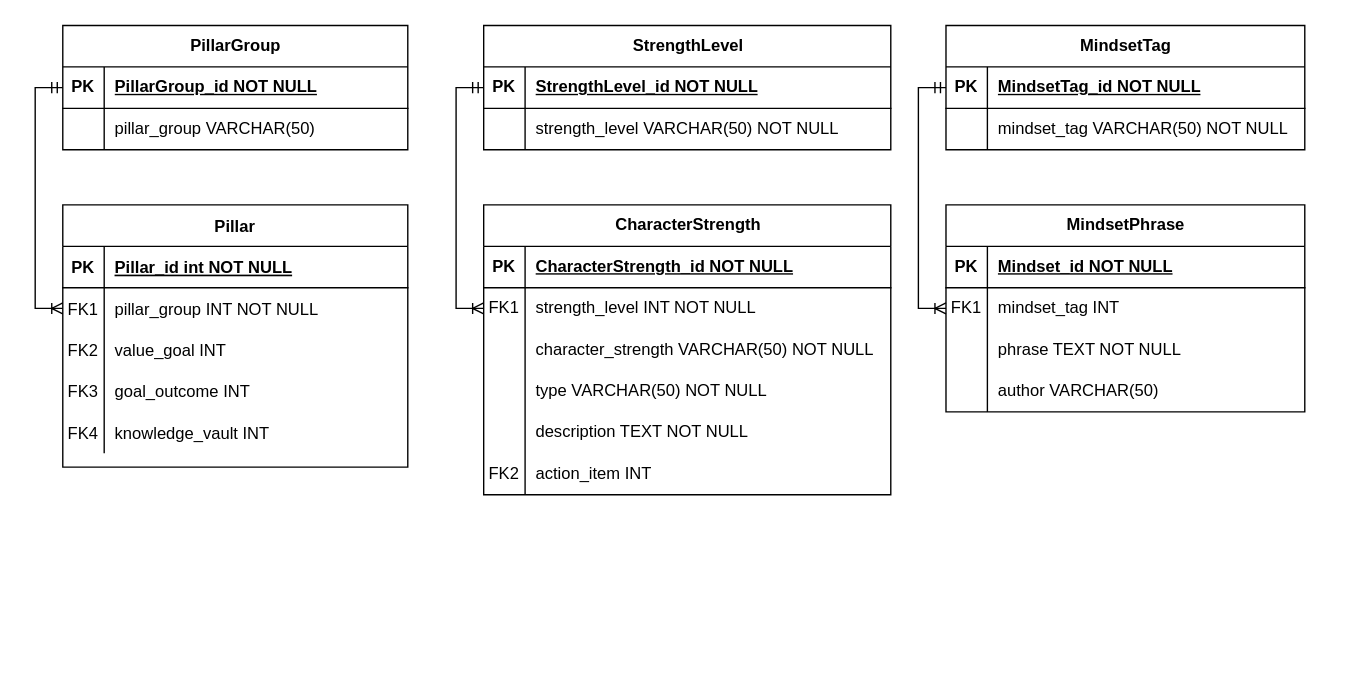
Before: Diagrama_ER.drawio in Jpneira2000/life_os, a draw.io diagram. Source tidied: cells renumbered, new cells numbered last; positions are measured from the earlier drawing's top-left corner, leaving out a move shared by most shapes. Both pictures are drawn from the tidied source at 138%, with x=0, y=0 at pixel (62, 25).
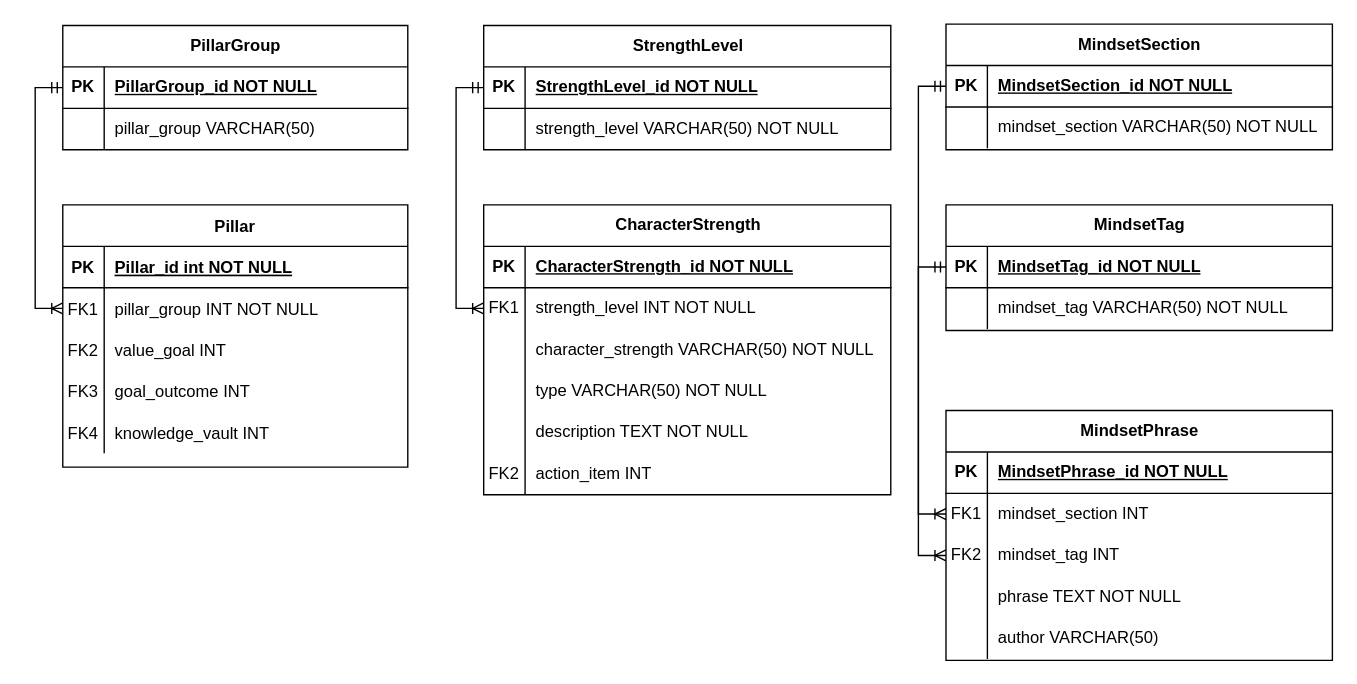
The same diagram, later.

Commit message:
Actualizando mindset en diagrama

What changed in the source:
```diff
@@
     <mxCell id="53" value="MindsetPhrase" style="shape=table;startSize=30;childLayout=tableLayout;rowLines=0;fontStyle=1;align=center;html=1;" parent="1" vertex="1">
-      <mxGeometry x="640" y="130" width="260" height="150" as="geometry" />
+      <mxGeometry x="640" y="279" width="280" height="181" as="geometry" />
     </mxCell>
     <mxCell id="54" style="shape=tableRow;horizontal=0;startSize=0;swimlaneHead=0;swimlaneBody=0;fillColor=none;top=0;left=0;right=0;bottom=1;" parent="53" vertex="1">
-      <mxGeometry y="30" width="260" height="30" as="geometry" />
+      <mxGeometry y="30" width="280" height="30" as="geometry" />
     </mxCell>
@@
-    <mxCell id="56" value="Mindset_id NOT NULL" style="shape=partialRectangle;fillColor=none;top=0;left=0;bottom=0;right=0;align=left;spacingLeft=6;fontStyle=5;overflow=hidden;whiteSpace=wrap;html=1;" parent="54" vertex="1">
-      <mxGeometry x="30" width="230" height="30" as="geometry" />
+    <mxCell id="56" value="MindsetPhrase_id NOT NULL" style="shape=partialRectangle;fillColor=none;top=0;left=0;bottom=0;right=0;align=left;spacingLeft=6;fontStyle=5;overflow=hidden;whiteSpace=wrap;html=1;" parent="54" vertex="1">
+      <mxGeometry x="30" width="250" height="30" as="geometry" />
     </mxCell>
+    <mxCell id="74" style="shape=tableRow;horizontal=0;startSize=0;swimlaneHead=0;swimlaneBody=0;fillColor=none;points=[[0,0.5],[1,0.5]];portConstraint=eastwest;top=0;left=0;right=0;bottom=0;" parent="53" vertex="1">
+      <mxGeometry y="60" width="280" height="30" as="geometry" />
+    </mxCell>
+    <mxCell id="75" value="FK1" style="shape=partialRectangle;fillColor=none;top=0;left=0;bottom=0;right=0;overflow=hidden;whiteSpace=wrap;html=1;" parent="74" vertex="1">
+      <mxGeometry width="30" height="30" as="geometry" />
+    </mxCell>
+    <mxCell id="76" value="mindset_section INT" style="shape=partialRectangle;fillColor=none;top=0;left=0;bottom=0;right=0;align=left;spacingLeft=6;overflow=hidden;whiteSpace=wrap;html=1;" parent="74" vertex="1">
+      <mxGeometry x="30" width="250" height="30" as="geometry" />
+    </mxCell>
     <mxCell id="57" style="shape=tableRow;horizontal=0;startSize=0;swimlaneHead=0;swimlaneBody=0;fillColor=none;points=[[0,0.5],[1,0.5]];portConstraint=eastwest;top=0;left=0;right=0;bottom=0;" parent="53" vertex="1">
-      <mxGeometry y="60" width="260" height="30" as="geometry" />
+      <mxGeometry y="90" width="280" height="30" as="geometry" />
     </mxCell>
-    <mxCell id="58" value="FK1" style="shape=partialRectangle;fillColor=none;top=0;left=0;bottom=0;right=0;overflow=hidden;whiteSpace=wrap;html=1;" parent="57" vertex="1">
+    <mxCell id="58" value="FK2" style="shape=partialRectangle;fillColor=none;top=0;left=0;bottom=0;right=0;overflow=hidden;whiteSpace=wrap;html=1;" parent="57" vertex="1">
       <mxGeometry width="30" height="30" as="geometry" />
     </mxCell>
     <mxCell id="59" value="mindset_tag INT" style="shape=partialRectangle;fillColor=none;top=0;left=0;bottom=0;right=0;align=left;spacingLeft=6;overflow=hidden;whiteSpace=wrap;html=1;" parent="57" vertex="1">
-      <mxGeometry x="30" width="230" height="30" as="geometry" />
+      <mxGeometry x="30" width="250" height="30" as="geometry" />
     </mxCell>
     <mxCell id="60" style="shape=tableRow;horizontal=0;startSize=0;swimlaneHead=0;swimlaneBody=0;fillColor=none;top=0;left=0;right=0;bottom=0;" parent="53" vertex="1">
-      <mxGeometry y="90" width="260" height="30" as="geometry" />
+      <mxGeometry y="120" width="280" height="30" as="geometry" />
     </mxCell>
@@
     <mxCell id="62" value="phrase TEXT NOT NULL" style="shape=partialRectangle;fillColor=none;top=0;left=0;bottom=0;right=0;align=left;spacingLeft=6;overflow=hidden;whiteSpace=wrap;html=1;" parent="60" vertex="1">
-      <mxGeometry x="30" width="230" height="30" as="geometry" />
+      <mxGeometry x="30" width="250" height="30" as="geometry" />
     </mxCell>
     <mxCell id="63" style="shape=tableRow;horizontal=0;startSize=0;swimlaneHead=0;swimlaneBody=0;fillColor=none;top=0;left=0;right=0;bottom=0;" parent="53" vertex="1">
-      <mxGeometry y="120" width="260" height="30" as="geometry" />
+      <mxGeometry y="150" width="280" height="30" as="geometry" />
     </mxCell>
@@
     <mxCell id="65" value="author VARCHAR(50)" style="shape=partialRectangle;fillColor=none;top=0;left=0;bottom=0;right=0;align=left;spacingLeft=6;overflow=hidden;whiteSpace=wrap;html=1;" parent="63" vertex="1">
-      <mxGeometry x="30" width="230" height="30" as="geometry" />
+      <mxGeometry x="30" width="250" height="30" as="geometry" />
     </mxCell>
     <mxCell id="66" value="MindsetTag" style="shape=table;startSize=30;childLayout=tableLayout;rowLines=0;fontStyle=1;align=center;html=1;" parent="1" vertex="1">
-      <mxGeometry x="640" width="260" height="90" as="geometry" />
+      <mxGeometry x="640" y="130" width="280" height="91" as="geometry" />
     </mxCell>
     <mxCell id="67" style="shape=tableRow;horizontal=0;startSize=0;swimlaneHead=0;swimlaneBody=0;fillColor=none;points=[[0,0.5],[1,0.5]];portConstraint=eastwest;top=0;left=0;right=0;bottom=1;" parent="66" vertex="1">
-      <mxGeometry y="30" width="260" height="30" as="geometry" />
+      <mxGeometry y="30" width="280" height="30" as="geometry" />
     </mxCell>
@@
     <mxCell id="69" value="MindsetTag_id NOT NULL" style="shape=partialRectangle;fillColor=none;top=0;left=0;bottom=0;right=0;align=left;spacingLeft=6;fontStyle=5;overflow=hidden;whiteSpace=wrap;html=1;" parent="67" vertex="1">
-      <mxGeometry x="30" width="230" height="30" as="geometry" />
+      <mxGeometry x="30" width="250" height="30" as="geometry" />
     </mxCell>
     <mxCell id="70" style="shape=tableRow;horizontal=0;startSize=0;swimlaneHead=0;swimlaneBody=0;fillColor=none;top=0;left=0;right=0;bottom=0;" parent="66" vertex="1">
-      <mxGeometry y="60" width="260" height="30" as="geometry" />
+      <mxGeometry y="60" width="280" height="30" as="geometry" />
     </mxCell>
@@
     <mxCell id="72" value="mindset_tag VARCHAR(50) NOT NULL" style="shape=partialRectangle;fillColor=none;top=0;left=0;bottom=0;right=0;align=left;spacingLeft=6;overflow=hidden;whiteSpace=wrap;html=1;" parent="70" vertex="1">
-      <mxGeometry x="30" width="230" height="30" as="geometry" />
+      <mxGeometry x="30" width="250" height="30" as="geometry" />
     </mxCell>
@@
+    <mxCell id="77" value="MindsetSection" style="shape=table;startSize=30;childLayout=tableLayout;rowLines=0;fontStyle=1;align=center;html=1;" parent="1" vertex="1">
+      <mxGeometry x="640" y="-1" width="280" height="91" as="geometry" />
+    </mxCell>
+    <mxCell id="78" style="shape=tableRow;horizontal=0;startSize=0;swimlaneHead=0;swimlaneBody=0;fillColor=none;points=[[0,0.5],[1,0.5]];portConstraint=eastwest;top=0;left=0;right=0;bottom=1;" parent="77" vertex="1">
+      <mxGeometry y="30" width="280" height="30" as="geometry" />
+    </mxCell>
+    <mxCell id="79" value="PK" style="shape=partialRectangle;fillColor=none;top=0;left=0;bottom=0;right=0;fontStyle=1;overflow=hidden;whiteSpace=wrap;html=1;" parent="78" vertex="1">
+      <mxGeometry width="30" height="30" as="geometry" />
+    </mxCell>
+    <mxCell id="80" value="MindsetSection_id NOT NULL" style="shape=partialRectangle;fillColor=none;top=0;left=0;bottom=0;right=0;align=left;spacingLeft=6;fontStyle=5;overflow=hidden;whiteSpace=wrap;html=1;" parent="78" vertex="1">
+      <mxGeometry x="30" width="250" height="30" as="geometry" />
+    </mxCell>
+    <mxCell id="81" style="shape=tableRow;horizontal=0;startSize=0;swimlaneHead=0;swimlaneBody=0;fillColor=none;top=0;left=0;right=0;bottom=0;" parent="77" vertex="1">
+      <mxGeometry y="60" width="280" height="30" as="geometry" />
+    </mxCell>
+    <mxCell id="82" style="shape=partialRectangle;fillColor=none;top=0;left=0;bottom=0;right=0;overflow=hidden;whiteSpace=wrap;html=1;" parent="81" vertex="1">
+      <mxGeometry width="30" height="30" as="geometry" />
+    </mxCell>
+    <mxCell id="83" value="mindset_section VARCHAR(50) NOT NULL" style="shape=partialRectangle;fillColor=none;top=0;left=0;bottom=0;right=0;align=left;spacingLeft=6;overflow=hidden;whiteSpace=wrap;html=1;" parent="81" vertex="1">
+      <mxGeometry x="30" width="250" height="30" as="geometry" />
+    </mxCell>
+    <mxCell id="84" style="edgeStyle=orthogonalEdgeStyle;rounded=0;jettySize=auto;html=1;exitX=0;exitY=0.5;exitDx=0;exitDy=0;entryX=0;entryY=0.5;entryDx=0;entryDy=0;startArrow=ERmandOne;startFill=0;endArrow=ERoneToMany;endFill=0;" parent="1" edge="1" source="78" target="74">
+      <mxGeometry relative="1" as="geometry" />
+    </mxCell>
```
